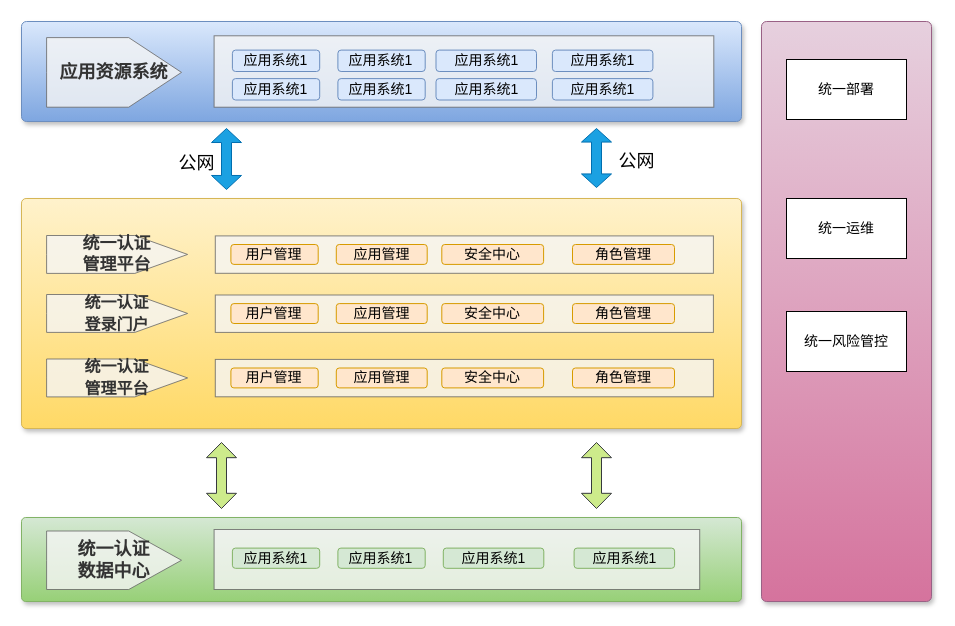
Earlier version of the draw.io diagram 东庄信息化项目-统一权限管理.drawio (sun-beijixing/drawio). Source tidied: cells renumbered, new cells numbered last; positions are measured from the earlier drawing's top-left corner, leaving out a move shared by most shapes. Both pictures are drawn from the tidied source at 100%, with x=0, y=0 at pixel (21, 21).
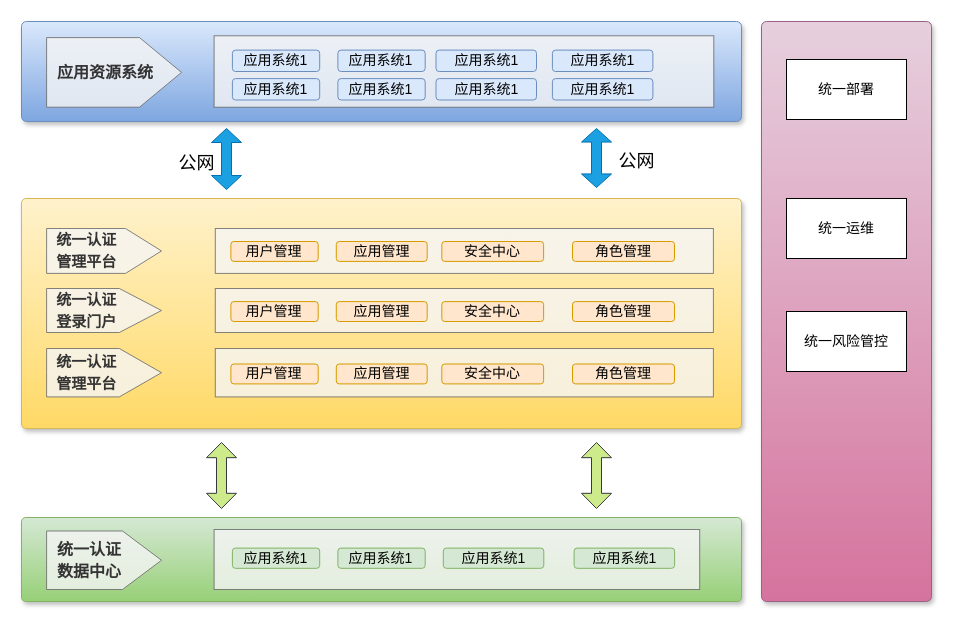
Above is the later version.

Commit message (it also covers changes not shown here):
更新东庄信息化项目-统一权限管理.drawio

The change refers to these unchanged cells:
```xml
<mxCell id="2" style="text;html=1;strokeColor=#6c8ebf;fillColor=#dae8fc;align=center;verticalAlign=middle;whiteSpace=wrap;fontSize=54;fontStyle=1;shadow=1;rounded=1;glass=0;sketch=0;arcSize=5;gradientColor=#7ea6e0;" parent="1" vertex="1">
  <mxGeometry width="720" height="100" as="geometry" />
</mxCell>
<mxCell id="13" style="text;html=1;strokeColor=#d6b656;fillColor=#fff2cc;align=center;verticalAlign=middle;whiteSpace=wrap;fontSize=54;fontStyle=1;shadow=1;rounded=1;glass=0;sketch=0;arcSize=2;gradientColor=#ffd966;" parent="1" vertex="1">
  <mxGeometry y="177" width="720" height="230" as="geometry" />
</mxCell>
<mxCell id="32" style="text;html=1;strokeColor=#82b366;fillColor=#d5e8d4;align=center;verticalAlign=middle;whiteSpace=wrap;fontSize=54;fontStyle=1;shadow=1;rounded=1;glass=0;sketch=0;gradientColor=#97d077;arcSize=5;" parent="1" vertex="1">
  <mxGeometry y="496" width="720" height="84" as="geometry" />
</mxCell>
```

Change to the diagram source:
```diff
@@
-    <mxCell id="5" value="&lt;span style=&quot;color: rgb(51, 51, 51);&quot;&gt;&lt;b&gt;&lt;font style=&quot;font-size: 18px;&quot;&gt;应用资源系统&lt;/font&gt;&lt;/b&gt;&lt;/span&gt;" style="html=1;shadow=0;dashed=0;align=center;verticalAlign=middle;shape=mxgraph.arrows2.arrow;dy=0;dx=52.76;notch=0;rounded=0;glass=0;sketch=0;fontSize=18;fillColor=#f5f5f5;fontColor=#333333;strokeColor=#666666;whiteSpace=wrap;opacity=80;" parent="2" vertex="1">
+    <mxCell id="5" value="&lt;span style=&quot;color: rgb(51, 51, 51);&quot;&gt;&lt;b&gt;&lt;font style=&quot;font-size: 16px;&quot;&gt;&amp;nbsp; 应用资源系统&lt;/font&gt;&lt;/b&gt;&lt;/span&gt;" style="html=1;shadow=0;dashed=0;align=left;verticalAlign=middle;shape=mxgraph.arrows2.arrow;dy=0;dx=42;notch=0;rounded=0;glass=0;sketch=0;fontSize=18;fillColor=#f5f5f5;fontColor=#333333;strokeColor=#666666;whiteSpace=wrap;opacity=80;" parent="2" vertex="1">
       <mxGeometry x="25.1" y="16.1" width="134.9" height="69.6" as="geometry" />
     </mxCell>
@@
     <mxCell id="14" style="rounded=0;whiteSpace=wrap;html=1;shadow=0;glass=0;sketch=0;fontSize=20;fillColor=#f5f5f5;fontColor=#333333;strokeColor=#666666;opacity=80;" parent="13" vertex="1">
-      <mxGeometry x="193.8" y="37.4" width="498.1" height="37.4" as="geometry" />
+      <mxGeometry x="193.8" y="30" width="498.1" height="44.9" as="geometry" />
     </mxCell>
     <mxCell id="15" value="&lt;font style=&quot;font-size: 14px;&quot;&gt;用户管理&lt;/font&gt;" style="rounded=1;whiteSpace=wrap;html=1;shadow=0;glass=0;sketch=0;fillColor=#ffe6cc;strokeColor=#d79b00;" parent="13" vertex="1">
-      <mxGeometry x="209.4" y="46" width="87.3" height="19.9" as="geometry" />
+      <mxGeometry x="209.4" y="43" width="87.3" height="19.9" as="geometry" />
     </mxCell>
-    <mxCell id="16" value="&lt;div style=&quot;font-size: 17px;&quot;&gt;&lt;b style=&quot;background-color: initial;&quot;&gt;&lt;font style=&quot;font-size: 17px;&quot;&gt;统一认证&lt;/font&gt;&lt;/b&gt;&lt;/div&gt;&lt;span style=&quot;color: rgb(51, 51, 51); font-size: 17px;&quot;&gt;&lt;div style=&quot;&quot;&gt;&lt;b style=&quot;background-color: initial;&quot;&gt;&lt;font style=&quot;font-size: 17px;&quot;&gt;管理平台&lt;/font&gt;&lt;/b&gt;&lt;/div&gt;&lt;/span&gt;" style="html=1;shadow=0;dashed=0;align=center;verticalAlign=middle;shape=mxgraph.arrows2.arrow;dy=0;dx=52.76;notch=0;rounded=0;glass=0;sketch=0;fontSize=18;fillColor=#f5f5f5;fontColor=#333333;strokeColor=#666666;whiteSpace=wrap;opacity=80;" parent="13" vertex="1">
-      <mxGeometry x="25.1" y="37" width="141" height="37.9" as="geometry" />
+    <mxCell id="16" value="&lt;div style=&quot;&quot;&gt;&lt;b style=&quot;&quot;&gt;&lt;font style=&quot;font-size: 15px;&quot;&gt;&amp;nbsp; 统一认证&lt;/font&gt;&lt;/b&gt;&lt;/div&gt;&lt;div style=&quot;&quot;&gt;&lt;b style=&quot;&quot;&gt;&lt;font style=&quot;font-size: 15px;&quot;&gt;&amp;nbsp; 管理平台&lt;/font&gt;&lt;/b&gt;&lt;/div&gt;" style="html=1;shadow=0;dashed=0;align=left;verticalAlign=middle;shape=mxgraph.arrows2.arrow;dy=0;dx=36;notch=0;rounded=0;glass=0;sketch=0;fontSize=18;fillColor=#f5f5f5;fontColor=#333333;strokeColor=#666666;whiteSpace=wrap;opacity=80;" parent="13" vertex="1">
+      <mxGeometry x="25.1" y="30" width="114.9" height="44.9" as="geometry" />
     </mxCell>
     <mxCell id="17" value="&lt;font style=&quot;font-size: 14px;&quot;&gt;角色管理&lt;/font&gt;" style="rounded=1;whiteSpace=wrap;html=1;shadow=0;glass=0;sketch=0;fillColor=#ffe6cc;strokeColor=#d79b00;" parent="13" vertex="1">
-      <mxGeometry x="551" y="46" width="102" height="19.9" as="geometry" />
+      <mxGeometry x="551" y="43" width="102" height="19.9" as="geometry" />
     </mxCell>
     <mxCell id="18" value="&lt;font style=&quot;font-size: 14px;&quot;&gt;安全中心&lt;/font&gt;" style="rounded=1;whiteSpace=wrap;html=1;shadow=0;glass=0;sketch=0;fillColor=#ffe6cc;strokeColor=#d79b00;" parent="13" vertex="1">
-      <mxGeometry x="420.3" y="46" width="101.8" height="19.9" as="geometry" />
+      <mxGeometry x="420.3" y="43" width="101.8" height="19.9" as="geometry" />
     </mxCell>
     <mxCell id="19" value="&lt;font style=&quot;font-size: 14px;&quot;&gt;应用管理&lt;/font&gt;" style="rounded=1;whiteSpace=wrap;html=1;shadow=0;glass=0;sketch=0;fillColor=#ffe6cc;strokeColor=#d79b00;" parent="13" vertex="1">
-      <mxGeometry x="314.8" y="46" width="90.9" height="19.9" as="geometry" />
+      <mxGeometry x="314.8" y="43" width="90.9" height="19.9" as="geometry" />
     </mxCell>
     <mxCell id="20" style="rounded=0;whiteSpace=wrap;html=1;shadow=0;glass=0;sketch=0;fontSize=20;fillColor=#f5f5f5;fontColor=#333333;strokeColor=#666666;opacity=80;" parent="13" vertex="1">
-      <mxGeometry x="193.8" y="96.5" width="498.1" height="37.4" as="geometry" />
+      <mxGeometry x="193.8" y="90" width="498.1" height="44" as="geometry" />
     </mxCell>
     <mxCell id="21" value="&lt;font style=&quot;font-size: 14px;&quot;&gt;用户管理&lt;/font&gt;" style="rounded=1;whiteSpace=wrap;html=1;shadow=0;glass=0;sketch=0;fillColor=#ffe6cc;strokeColor=#d79b00;" parent="13" vertex="1">
-      <mxGeometry x="209.4" y="105.1" width="87.3" height="19.9" as="geometry" />
+      <mxGeometry x="209.4" y="103.1" width="87.3" height="19.9" as="geometry" />
     </mxCell>
-    <mxCell id="22" value="&lt;span style=&quot;color: rgb(51, 51, 51);&quot;&gt;&lt;b style=&quot;font-size: 16px;&quot;&gt;&lt;font style=&quot;font-size: 16px;&quot;&gt;统一认证&lt;br&gt;登录门户&lt;/font&gt;&lt;/b&gt;&lt;/span&gt;" style="html=1;shadow=0;dashed=0;align=center;verticalAlign=middle;shape=mxgraph.arrows2.arrow;dy=0;dx=52.76;notch=0;rounded=0;glass=0;sketch=0;fontSize=18;fillColor=#f5f5f5;fontColor=#333333;strokeColor=#666666;whiteSpace=wrap;opacity=80;" parent="13" vertex="1">
-      <mxGeometry x="25.1" y="96" width="141" height="37.9" as="geometry" />
+    <mxCell id="22" value="&lt;span style=&quot;color: rgb(51, 51, 51);&quot;&gt;&lt;b style=&quot;font-size: 15px;&quot;&gt;&lt;font style=&quot;font-size: 15px;&quot;&gt;&amp;nbsp; 统一认证&lt;br&gt;&amp;nbsp; 登录门户&lt;/font&gt;&lt;/b&gt;&lt;/span&gt;" style="html=1;shadow=0;dashed=0;align=left;verticalAlign=middle;shape=mxgraph.arrows2.arrow;dy=0;dx=42.16;notch=0;rounded=0;glass=0;sketch=0;fontSize=18;fillColor=#f5f5f5;fontColor=#333333;strokeColor=#666666;whiteSpace=wrap;opacity=80;" parent="13" vertex="1">
+      <mxGeometry x="25.1" y="90" width="114.9" height="44" as="geometry" />
     </mxCell>
     <mxCell id="23" value="&lt;font style=&quot;font-size: 14px;&quot;&gt;角色管理&lt;/font&gt;" style="rounded=1;whiteSpace=wrap;html=1;shadow=0;glass=0;sketch=0;fillColor=#ffe6cc;strokeColor=#d79b00;" parent="13" vertex="1">
-      <mxGeometry x="551" y="105.1" width="102" height="19.9" as="geometry" />
+      <mxGeometry x="551" y="103.1" width="102" height="19.9" as="geometry" />
     </mxCell>
     <mxCell id="24" value="&lt;font style=&quot;font-size: 14px;&quot;&gt;安全中心&lt;/font&gt;" style="rounded=1;whiteSpace=wrap;html=1;shadow=0;glass=0;sketch=0;fillColor=#ffe6cc;strokeColor=#d79b00;" parent="13" vertex="1">
-      <mxGeometry x="420.3" y="105.1" width="101.8" height="19.9" as="geometry" />
+      <mxGeometry x="420.3" y="103.1" width="101.8" height="19.9" as="geometry" />
     </mxCell>
     <mxCell id="25" value="&lt;font style=&quot;font-size: 14px;&quot;&gt;&lt;font style=&quot;font-size: 14px;&quot;&gt;应用&lt;/font&gt;&lt;font style=&quot;font-size: 14px;&quot;&gt;管理&lt;/font&gt;&lt;/font&gt;" style="rounded=1;whiteSpace=wrap;html=1;shadow=0;glass=0;sketch=0;fillColor=#ffe6cc;strokeColor=#d79b00;" parent="13" vertex="1">
-      <mxGeometry x="314.8" y="105.1" width="90.9" height="19.9" as="geometry" />
+      <mxGeometry x="314.8" y="103.1" width="90.9" height="19.9" as="geometry" />
     </mxCell>
     <mxCell id="26" style="rounded=0;whiteSpace=wrap;html=1;shadow=0;glass=0;sketch=0;fontSize=20;fillColor=#f5f5f5;fontColor=#333333;strokeColor=#666666;opacity=80;" parent="13" vertex="1">
-      <mxGeometry x="193.8" y="160.9" width="498.1" height="37.4" as="geometry" />
+      <mxGeometry x="193.8" y="150" width="498.1" height="48.4" as="geometry" />
     </mxCell>
     <mxCell id="27" value="&lt;font style=&quot;font-size: 14px;&quot;&gt;用户管理&lt;/font&gt;" style="rounded=1;whiteSpace=wrap;html=1;shadow=0;glass=0;sketch=0;fillColor=#ffe6cc;strokeColor=#d79b00;" parent="13" vertex="1">
-      <mxGeometry x="209.4" y="169.5" width="87.3" height="19.9" as="geometry" />
+      <mxGeometry x="209.4" y="165.5" width="87.3" height="19.9" as="geometry" />
     </mxCell>
-    <mxCell id="28" value="&lt;span style=&quot;color: rgb(51, 51, 51);&quot;&gt;&lt;b style=&quot;font-size: 16px;&quot;&gt;&lt;font style=&quot;font-size: 16px;&quot;&gt;统一认证&lt;br&gt;管理平台&lt;/font&gt;&lt;/b&gt;&lt;/span&gt;" style="html=1;shadow=0;dashed=0;align=center;verticalAlign=middle;shape=mxgraph.arrows2.arrow;dy=0;dx=52.76;notch=0;rounded=0;glass=0;sketch=0;fontSize=18;fillColor=#f5f5f5;fontColor=#333333;strokeColor=#666666;whiteSpace=wrap;opacity=80;" parent="13" vertex="1">
-      <mxGeometry x="25.1" y="160.5" width="141" height="37.9" as="geometry" />
+    <mxCell id="28" value="&lt;span style=&quot;color: rgb(51, 51, 51);&quot;&gt;&lt;b style=&quot;font-size: 15px;&quot;&gt;&lt;font style=&quot;font-size: 15px;&quot;&gt;&amp;nbsp; 统一认证&lt;br&gt;&amp;nbsp; 管理平台&lt;/font&gt;&lt;/b&gt;&lt;/span&gt;" style="html=1;shadow=0;dashed=0;align=left;verticalAlign=middle;shape=mxgraph.arrows2.arrow;dy=0;dx=42.16;notch=0;rounded=0;glass=0;sketch=0;fontSize=18;fillColor=#f5f5f5;fontColor=#333333;strokeColor=#666666;whiteSpace=wrap;opacity=80;" parent="13" vertex="1">
+      <mxGeometry x="25.1" y="150" width="114.9" height="48.4" as="geometry" />
     </mxCell>
     <mxCell id="29" value="&lt;font style=&quot;font-size: 14px;&quot;&gt;角色管理&lt;/font&gt;" style="rounded=1;whiteSpace=wrap;html=1;shadow=0;glass=0;sketch=0;fillColor=#ffe6cc;strokeColor=#d79b00;" parent="13" vertex="1">
-      <mxGeometry x="551" y="169.5" width="102" height="19.9" as="geometry" />
+      <mxGeometry x="551" y="165.5" width="102" height="19.9" as="geometry" />
     </mxCell>
     <mxCell id="30" value="&lt;font style=&quot;font-size: 14px;&quot;&gt;安全中心&lt;/font&gt;" style="rounded=1;whiteSpace=wrap;html=1;shadow=0;glass=0;sketch=0;fillColor=#ffe6cc;strokeColor=#d79b00;" parent="13" vertex="1">
-      <mxGeometry x="420.3" y="169.5" width="101.8" height="19.9" as="geometry" />
+      <mxGeometry x="420.3" y="165.5" width="101.8" height="19.9" as="geometry" />
     </mxCell>
     <mxCell id="31" value="&lt;font style=&quot;font-size: 14px;&quot;&gt;应用管理&lt;/font&gt;" style="rounded=1;whiteSpace=wrap;html=1;shadow=0;glass=0;sketch=0;fillColor=#ffe6cc;strokeColor=#d79b00;" parent="13" vertex="1">
-      <mxGeometry x="314.8" y="169.5" width="90.9" height="19.9" as="geometry" />
+      <mxGeometry x="314.8" y="165.5" width="90.9" height="19.9" as="geometry" />
     </mxCell>
@@
-    <mxCell id="35" value="&lt;span style=&quot;color: rgb(51, 51, 51);&quot;&gt;&lt;b style=&quot;&quot;&gt;&lt;font style=&quot;font-size: 18px;&quot;&gt;统一认证&lt;br&gt;数据中心&lt;br&gt;&lt;/font&gt;&lt;/b&gt;&lt;/span&gt;" style="html=1;shadow=0;dashed=0;align=center;verticalAlign=middle;shape=mxgraph.arrows2.arrow;dy=0;dx=52.76;notch=0;rounded=0;glass=0;sketch=0;fontSize=18;fillColor=#f5f5f5;fontColor=#333333;strokeColor=#666666;whiteSpace=wrap;opacity=80;" parent="32" vertex="1">
-      <mxGeometry x="25.1" y="13.5" width="134.9" height="58.5" as="geometry" />
+    <mxCell id="35" value="&lt;div style=&quot;&quot;&gt;&lt;b style=&quot;background-color: initial; font-size: 16px;&quot;&gt;&amp;nbsp; 统一认证&lt;/b&gt;&lt;/div&gt;&lt;span style=&quot;color: rgb(51, 51, 51);&quot;&gt;&lt;div style=&quot;&quot;&gt;&lt;b style=&quot;background-color: initial; font-size: 16px;&quot;&gt;&amp;nbsp; 数据中心&lt;/b&gt;&lt;/div&gt;&lt;/span&gt;" style="html=1;shadow=0;dashed=0;align=left;verticalAlign=middle;shape=mxgraph.arrows2.arrow;dy=0;dx=39;notch=0;rounded=0;glass=0;sketch=0;fontSize=18;fillColor=#f5f5f5;fontColor=#333333;strokeColor=#666666;whiteSpace=wrap;opacity=80;" parent="32" vertex="1">
+      <mxGeometry x="25.1" y="13.5" width="114.9" height="58.5" as="geometry" />
     </mxCell>
```
